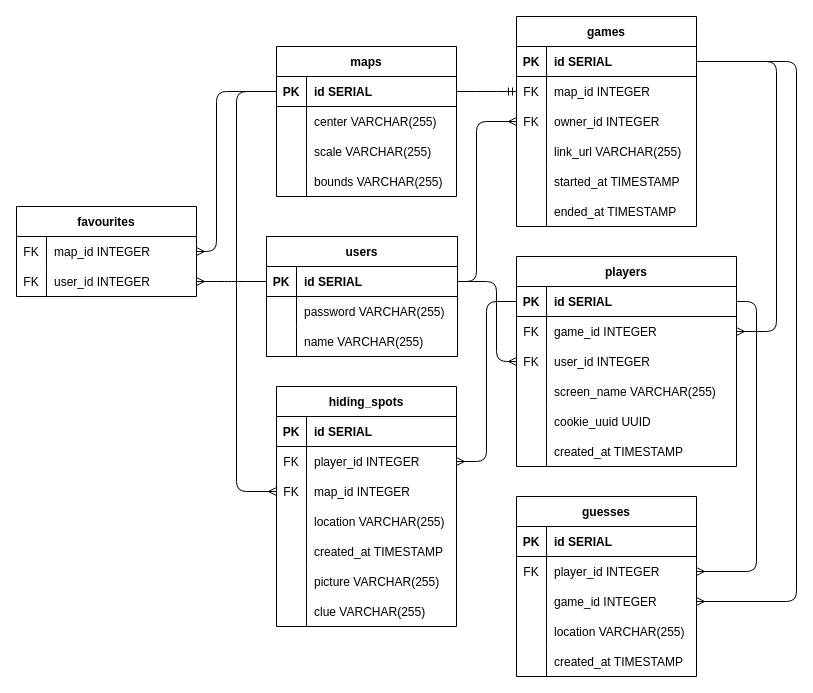
The draw.io diagram db/erd.drawio in Puzzlebottom/midterm-project, before the edit. Source tidied: cells renumbered, new cells numbered last; positions are measured from the earlier drawing's top-left corner, leaving out a move shared by most shapes. Both pictures are drawn from the tidied source at 100%, with x=0, y=0 at pixel (16, 16).
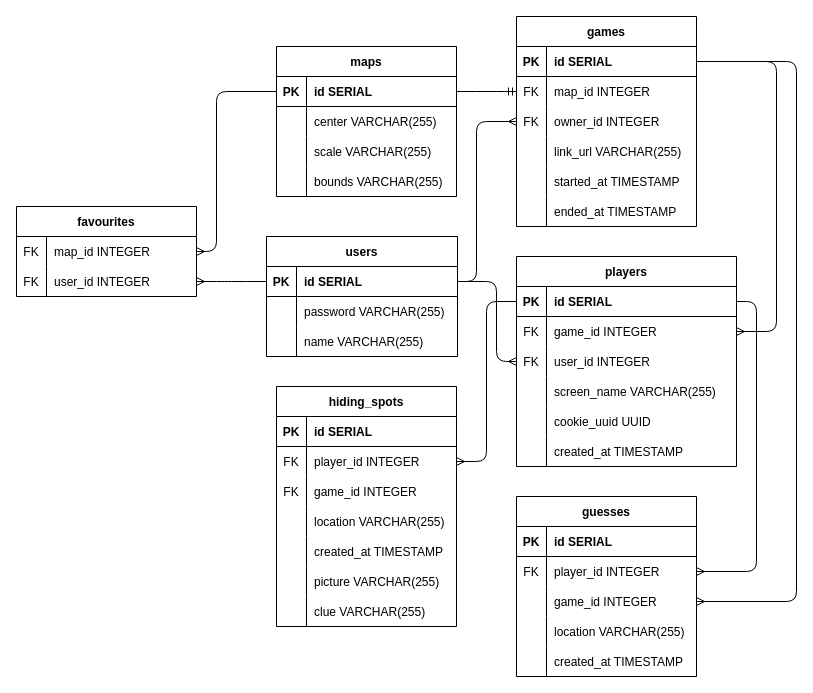
The same page after the edit.

Unchanged cells that the change refers to:
```xml
<mxCell id="13" style="shape=tableRow;horizontal=0;startSize=0;swimlaneHead=0;swimlaneBody=0;fillColor=none;points=[[0,0.5],[1,0.5]];portConstraint=eastwest;top=0;left=0;right=0;bottom=1;" parent="12" vertex="1">
  <mxGeometry y="30" width="180" height="30" as="geometry" />
</mxCell>
<mxCell id="32" style="shape=tableRow;horizontal=0;startSize=0;swimlaneHead=0;swimlaneBody=0;fillColor=none;points=[[0,0.5],[1,0.5]];portConstraint=eastwest;top=0;left=0;right=0;bottom=0;" parent="25" vertex="1">
  <mxGeometry y="90" width="180" height="30" as="geometry" />
</mxCell>
```

Change to the diagram source:
```diff
@@
-    <mxCell id="34" value="map_id INTEGER" style="shape=partialRectangle;fillColor=none;top=0;left=0;bottom=0;right=0;align=left;spacingLeft=6;overflow=hidden;" parent="32" vertex="1">
+    <mxCell id="34" value="game_id INTEGER" style="shape=partialRectangle;fillColor=none;top=0;left=0;bottom=0;right=0;align=left;spacingLeft=6;overflow=hidden;" parent="32" vertex="1">
       <mxGeometry x="30" width="150" height="30" as="geometry" />
     </mxCell>
@@
-    <mxCell id="95" style="edgeStyle=orthogonalEdgeStyle;fontSize=12;html=1;endArrow=ERmany;entryX=0;entryY=0.5;entryDx=0;entryDy=0;exitX=0;exitY=0.5;exitDx=0;exitDy=0;" parent="1" edge="1" source="13" target="32">
-      <mxGeometry relative="1" as="geometry">
-        <Array as="points">
-          <mxPoint x="220" y="75" />
-          <mxPoint x="220" y="475" />
-        </Array>
-      </mxGeometry>
-    </mxCell>
```
